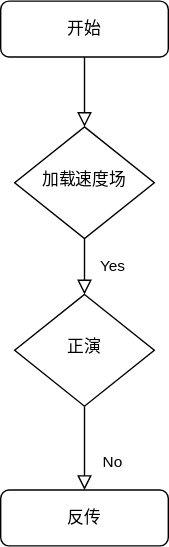
Earlier version of the draw.io export Procedure.svg (Rtoax/2D3D-TI-FD-RTM-cuda). Source tidied: cells renumbered, new cells last; positions are measured from the earlier drawing's top-left corner, leaving out a move shared by most shapes.
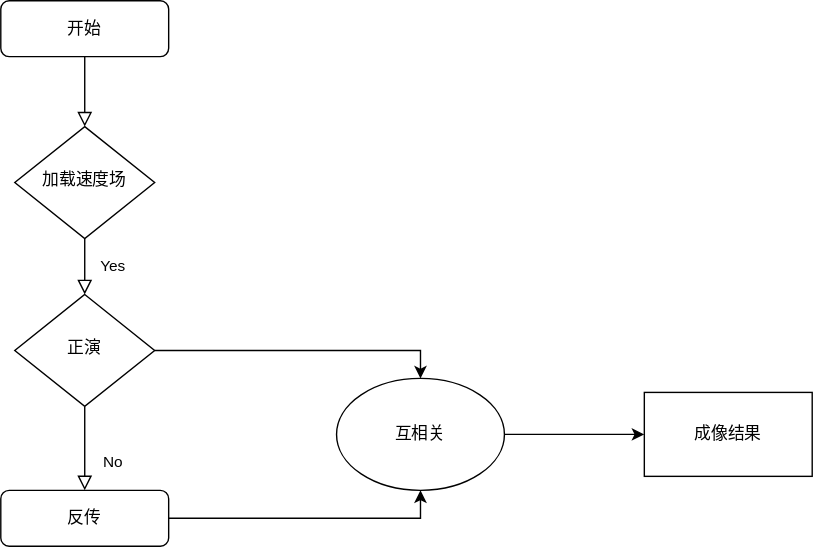
After the commit.

What changed in the source:
```diff
@@ -17,11 +17,26 @@
     <mxCell id="6" value="No" style="rounded=0;html=1;jettySize=auto;fontSize=11;endArrow=block;endFill=0;endSize=8;strokeWidth=1;shadow=0;labelBackgroundColor=none;edgeStyle=orthogonalEdgeStyle;" parent="1" edge="1" source="7" target="8">
       <mxGeometry x="0.33" y="20" relative="1" as="geometry" />
     </mxCell>
+    <mxCell id="9" style="edgeStyle=orthogonalEdgeStyle;rounded=0;jettySize=auto;html=1;entryX=0.5;entryY=0;entryDx=0;entryDy=0;" parent="1" edge="1" source="7" target="12">
+      <mxGeometry relative="1" as="geometry" />
+    </mxCell>
     <mxCell id="7" value="正演" style="rhombus;whiteSpace=wrap;html=1;shadow=0;fontFamily=Helvetica;fontSize=12;align=center;strokeWidth=1;spacing=6;spacingTop=-4;" parent="1" vertex="1">
       <mxGeometry x="10" y="210" width="100" height="80" as="geometry" />
     </mxCell>
+    <mxCell id="10" style="edgeStyle=orthogonalEdgeStyle;rounded=0;jettySize=auto;html=1;entryX=0.5;entryY=1;entryDx=0;entryDy=0;" parent="1" edge="1" source="8" target="12">
+      <mxGeometry relative="1" as="geometry" />
+    </mxCell>
     <mxCell id="8" value="反传" style="rounded=1;whiteSpace=wrap;html=1;fontSize=12;glass=0;strokeWidth=1;shadow=0;" parent="1" vertex="1">
       <mxGeometry y="350" width="120" height="40" as="geometry" />
     </mxCell>
+    <mxCell id="11" style="edgeStyle=orthogonalEdgeStyle;rounded=0;jettySize=auto;html=1;" parent="1" edge="1" source="12" target="13">
+      <mxGeometry relative="1" as="geometry" />
+    </mxCell>
+    <mxCell id="12" value="互相关" style="ellipse;whiteSpace=wrap;html=1;" parent="1" vertex="1">
+      <mxGeometry x="240" y="270" width="120" height="80" as="geometry" />
+    </mxCell>
+    <mxCell id="13" value="成像结果" style="rounded=0;whiteSpace=wrap;html=1;" parent="1" vertex="1">
+      <mxGeometry x="460" y="280" width="120" height="60" as="geometry" />
+    </mxCell>
   </root>
 </mxGraphModel>
```
